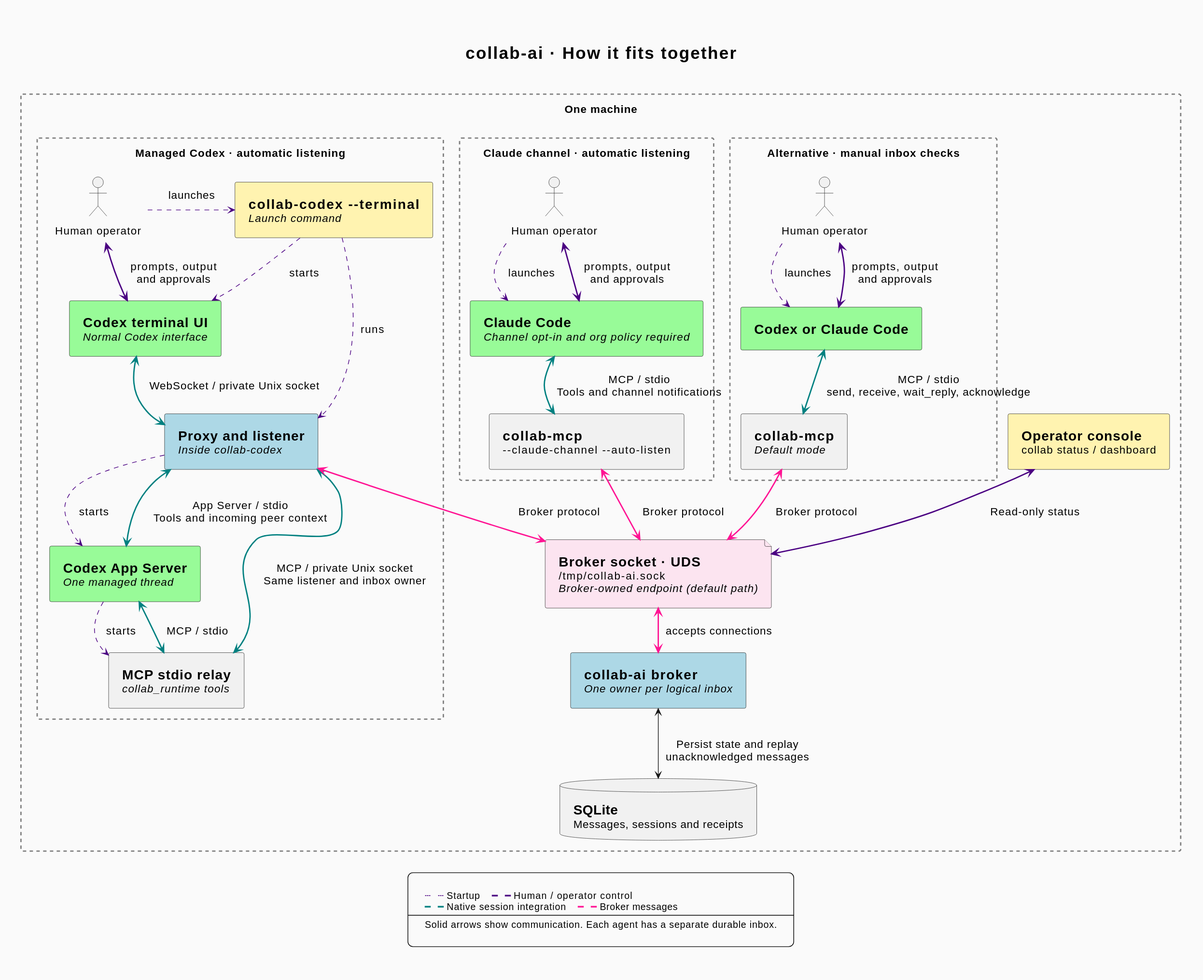
The PlantUML diagram docs/assets/architecture.svg in makarski/collab-ai, before a commit. Its source is kept beside it as docs/assets/architecture.puml.
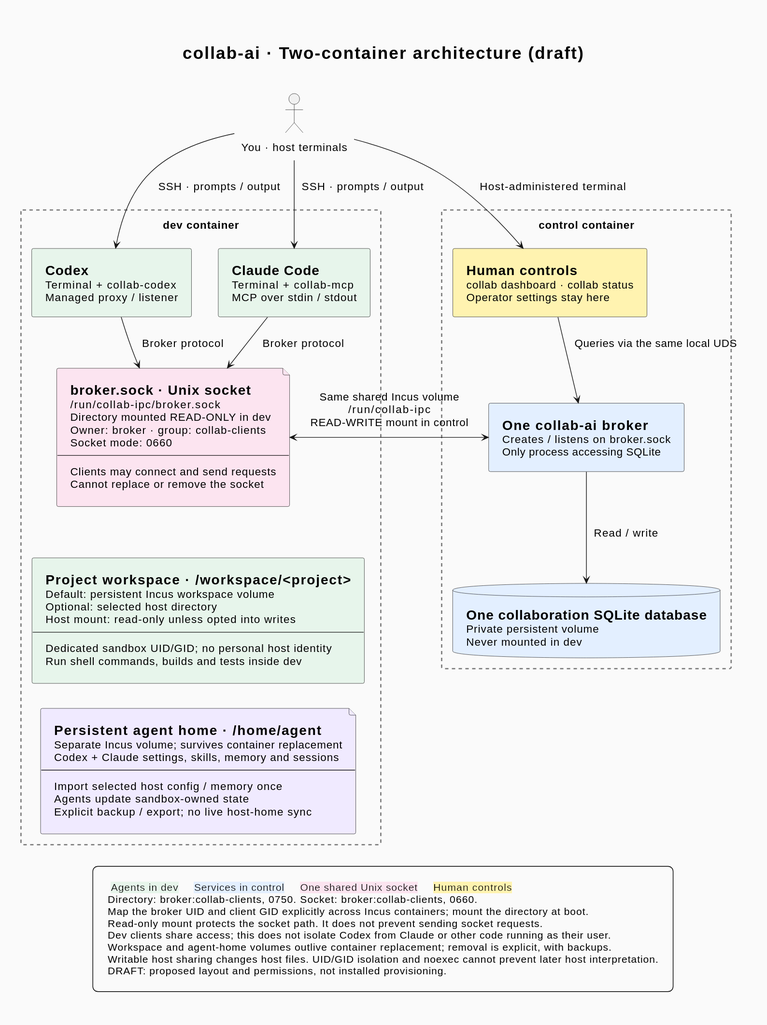
Later version of the same file.

Commit message:
docs: draft shared broker architecture and persistent agent storage

What changed in the source:
```diff
@@ -1,10 +1,6 @@
 @startuml architecture
 
-title collab-ai · How it fits together
-
-!$humanColor = "#fff3b0"
-!$brokerColor = "#lightblue"
-!$agentColor = "#palegreen"
+title collab-ai · Two-container architecture (draft)
 
 <style>
 title {
@@ -20,37 +16,23 @@
     LineThickness 2
 }
 .HumanControl {
-    BackgroundColor $humanColor
+    BackgroundColor #fff3b0
 }
-.Broker {
-    BackgroundColor $brokerColor
+.Control {
+    BackgroundColor #e3efff
 }
-.AgentRuntime {
-    BackgroundColor $agentColor
+.Dev {
+    BackgroundColor #e7f5eb
 }
 .Socket {
     BackgroundColor #fce4f0
 }
-.startupFlow {
-    LineColor #indigo
-    LineThickness 1
-}
-.controlFlow {
-    LineColor #indigo
-    LineThickness 2
-}
-.peerFlow {
-    LineColor #deepPink
-    LineThickness 2
-}
-.sessionFlow {
-    LineColor #teal
-    LineThickness 2
+.Storage {
+    BackgroundColor #f0eaff
 }
 legend {
-    FontSize 14
-    Padding 15
-    BackgroundColor #f0f0f0
+    FontSize 15
+    Padding 12
 }
 </style>
 
@@ -62,69 +44,47 @@
     defaultFontSize 16
     padding 10
     nodesep 40
-    ranksep 25
+    ranksep 35
 }
 
-rectangle "One machine" as Local {
-    rectangle "Managed Codex · automatic listening" as CodexPath {
-        actor "Human operator" as Human
-        component "=collab-codex --terminal\n//Launch command//" as Launcher <<HumanControl>>
-        component "=Codex terminal UI\n//Normal Codex interface//" as UI <<AgentRuntime>>
-        component "=Proxy and listener\n//Inside collab-codex//" as Proxy <<Broker>>
-        component "=Codex App Server\n//One managed thread//" as AppServer <<AgentRuntime>>
-        component "=MCP stdio relay\n//collab_runtime tools//" as Relay
-    }
+actor "You · host terminals" as Human
 
-    rectangle "Claude channel · automatic listening" as ClaudePath {
-        actor "Human operator" as ClaudeHuman
-        component "=Claude Code\n//Channel opt-in and org policy required//" as Claude <<AgentRuntime>>
-        component "=collab-mcp\n~--claude-channel ~--auto-listen" as ClaudeMCP
-    }
-
-    rectangle "Alternative · manual inbox checks" as ManualPath {
-        actor "Human operator" as ManualHuman
-        component "=Codex or Claude Code" as ManualAgent <<AgentRuntime>>
-        component "=collab-mcp\n//Default mode//" as ManualMCP
-    }
-
-    file "=Broker socket · UDS\n/tmp/collab-ai.sock\n//Broker-owned endpoint (default path)//" as BrokerSocket <<Socket>>
-    component "=collab-ai broker\n//One owner per logical inbox//" as Broker <<Broker>>
-    component "=Operator console\ncollab status / dashboard" as Console <<HumanControl>>
-    database "=SQLite\nMessages, sessions and receipts" as Store
+rectangle "dev container" as Dev {
+    component "=Codex\nTerminal + collab-codex\nManaged proxy / listener" as Codex <<Dev>>
+    component "=Claude Code\nTerminal + collab-mcp\nMCP over stdin / stdout" as Claude <<Dev>>
+    component "=Project workspace · /workspace/<project>\nDefault: persistent Incus workspace volume\nOptional: selected host directory\nHost mount: read-only unless opted into writes\n--\nDedicated sandbox UID/GID; no personal host identity\nRun shell commands, builds and tests inside dev" as Project <<Dev>>
+    file "=Persistent agent home · /home/agent\nSeparate Incus volume; survives container replacement\nCodex + Claude settings, skills, memory and sessions\n--\nImport selected host config / memory once\nAgents update sandbox-owned state\nExplicit backup / export; no live host-home sync" as AgentHome <<Storage>>
+    file "=broker.sock · Unix socket\n/run/collab-ipc/broker.sock\nDirectory mounted READ-ONLY in dev\nOwner: broker · group: collab-clients\nSocket mode: 0660\n--\nClients may connect and send requests\nCannot replace or remove the socket" as Socket <<Socket>>
 }
 
-Human .right.> Launcher <<startupFlow>> : launches
-Launcher .down.> UI <<startupFlow>> : starts
-Launcher .down.> Proxy <<startupFlow>> : runs
-Proxy .down.> AppServer <<startupFlow>> : starts
-AppServer .down.> Relay <<startupFlow>> : starts
+rectangle "control container" as Control {
+    component "=Human controls\ncollab dashboard · collab status\nOperator settings stay here" as Dashboard <<HumanControl>>
+    component "=One collab-ai broker\nCreates / listens on broker.sock\nOnly process accessing SQLite" as Broker <<Control>>
+    database "=One collaboration SQLite database\nPrivate persistent volume\nNever mounted in dev" as DB <<Control>>
+}
 
-Human <--> UI <<controlFlow>> : prompts, output\nand approvals
-UI <-down-> Proxy <<sessionFlow>> : WebSocket / private Unix socket
-Proxy <-down-> AppServer <<sessionFlow>> : App Server / stdio\nTools and incoming peer context
-AppServer <-down-> Relay <<sessionFlow>> : MCP / stdio
-Relay <--> Proxy <<sessionFlow>> : MCP / private Unix socket\nSame listener and inbox owner
+Human -down-> Codex : SSH · prompts / output
+Human -down-> Claude : SSH · prompts / output
+Human -down-> Dashboard : Host-administered terminal
 
-ClaudeHuman .down.> Claude <<startupFlow>> : launches
-ClaudeHuman <-down-> Claude <<controlFlow>> : prompts, output\nand approvals
-ManualHuman .down.> ManualAgent <<startupFlow>> : launches
-ManualHuman <-down-> ManualAgent <<controlFlow>> : prompts, output\nand approvals
+Codex -down-> Socket : Broker protocol
+Claude -down-> Socket : Broker protocol
+Socket -[hidden]down-> Project
+Project -[hidden]down-> AgentHome
 
-Claude <-down-> ClaudeMCP <<sessionFlow>> : MCP / stdio\nTools and channel notifications
-ManualAgent <-down-> ManualMCP <<sessionFlow>> : MCP / stdio\nsend, receive, wait_reply, acknowledge
-
-Proxy <--> BrokerSocket <<peerFlow>> : Broker protocol
-ClaudeMCP <--> BrokerSocket <<peerFlow>> : Broker protocol
-ManualMCP <--> BrokerSocket <<peerFlow>> : Broker protocol
-Console <--> BrokerSocket <<controlFlow>> : Read-only status
-BrokerSocket <--> Broker <<peerFlow>> : accepts connections
-Broker <--> Store : Persist state and replay\nunacknowledged messages
+Dashboard -down-> Broker : Queries via the same local UDS
+Broker <-left-> Socket : Same shared Incus volume\n/run/collab-ipc\nREAD-WRITE mount in control
+Broker -down-> DB : Read / write
 
 legend bottom
-    <color:indigo>┄┄</color> Startup    <color:indigo>━━</color> Human / operator control
-    <color:teal>━━</color> Native session integration    <color:deepPink>━━</color> Broker messages
-    ----
-    Solid arrows show communication. Each agent has a separate durable inbox.
+    <back:#e7f5eb> Agents in dev </back>   <back:#e3efff> Services in control </back>   <back:#fce4f0> One shared Unix socket </back>   <back:#fff3b0> Human controls </back>
+    Directory: broker:collab-clients, 0750. Socket: broker:collab-clients, 0660.
+    Map the broker UID and client GID explicitly across Incus containers; mount the directory at boot.
+    Read-only mount protects the socket path. It does not prevent sending socket requests.
+    Dev clients share access; this does not isolate Codex from Claude or other code running as their user.
+    Workspace and agent-home volumes outlive container replacement; removal is explicit, with backups.
+    Writable host sharing changes host files. UID/GID isolation and noexec cannot prevent later host interpretation.
+    DRAFT: proposed layout and permissions, not installed provisioning.
 endlegend
 
 @enduml
```
